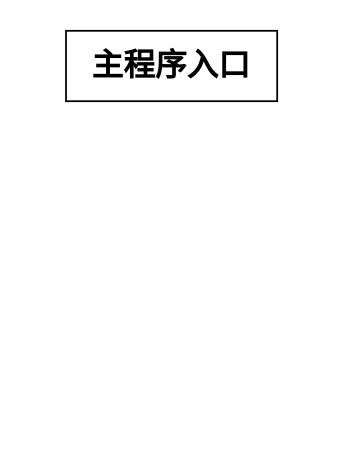
Earlier version of the draw.io diagram CS/CompilersPrinciples/GrammaticalAnalysis.drawio (umiskky/Diagrams). Source tidied: cells renumbered, new cells numbered last; positions are measured from the earlier drawing's top-left corner, leaving out a move shared by most shapes. Both pictures are drawn from the tidied source at 176%, with x=0, y=0 at pixel (65, 30).
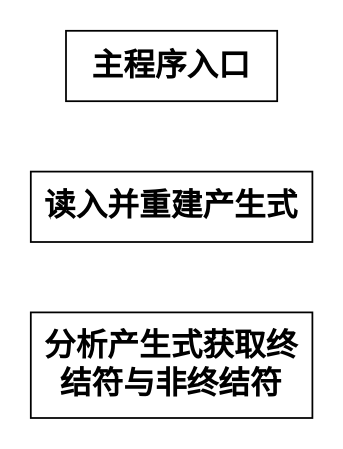
The same diagram, later.

Change to the diagram source:
```diff
@@
 <mxGraphModel>
   <root>
     <mxCell id="0" />
     <mxCell id="1" parent="0" />
     <mxCell id="2" value="&lt;font style=&quot;font-size: 18px&quot;&gt;&lt;b&gt;主程序入口&lt;/b&gt;&lt;/font&gt;" style="rounded=0;whiteSpace=wrap;html=1;" parent="1" vertex="1">
       <mxGeometry width="120" height="40" as="geometry" />
     </mxCell>
+    <mxCell id="3" value="&lt;font style=&quot;font-size: 18px&quot;&gt;&lt;b&gt;读入并重建产生式&lt;/b&gt;&lt;/font&gt;" style="rounded=0;whiteSpace=wrap;html=1;" parent="1" vertex="1">
+      <mxGeometry x="-20" y="80" width="160" height="40" as="geometry" />
+    </mxCell>
+    <mxCell id="4" value="&lt;font style=&quot;font-size: 18px&quot;&gt;&lt;b&gt;分析产生式获取终结符与非终结符&lt;/b&gt;&lt;/font&gt;" style="rounded=0;whiteSpace=wrap;html=1;" parent="1" vertex="1">
+      <mxGeometry x="-20" y="160" width="160" height="60" as="geometry" />
+    </mxCell>
   </root>
 </mxGraphModel>
```
